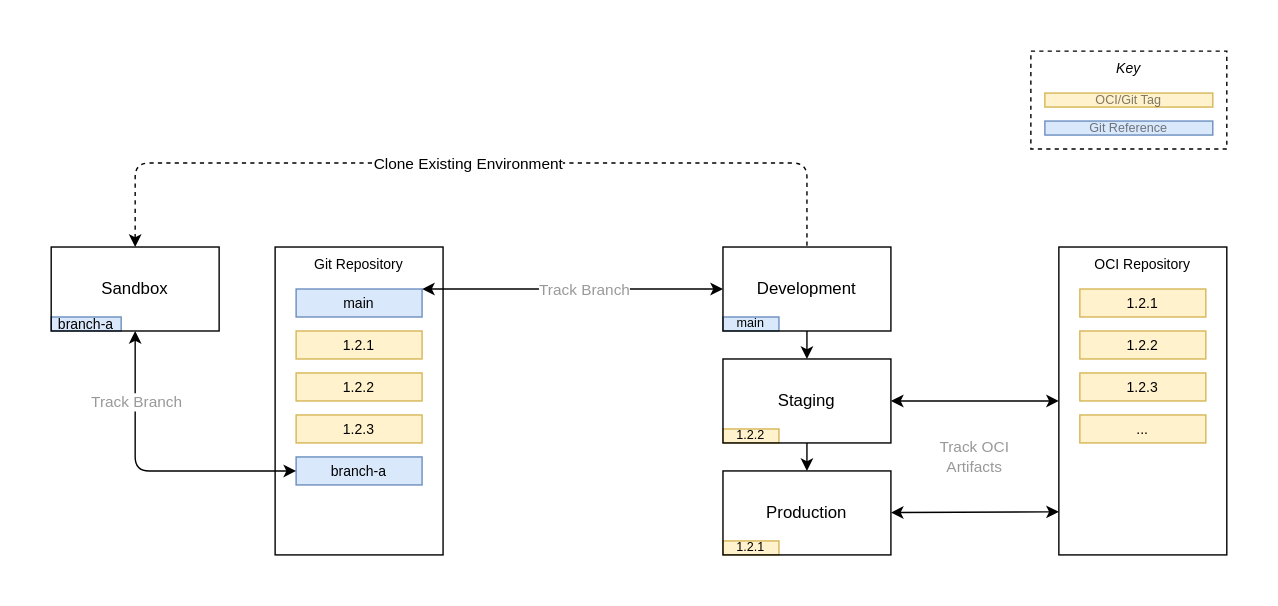
Above: docs/change-promotion-platform-a.drawio.svg in danielloader/kubernetes-sdlc (draw.io), before the change. Source tidied: cells renumbered, new cells last; positions are measured from the earlier drawing's top-left corner, leaving out a move shared by most shapes.
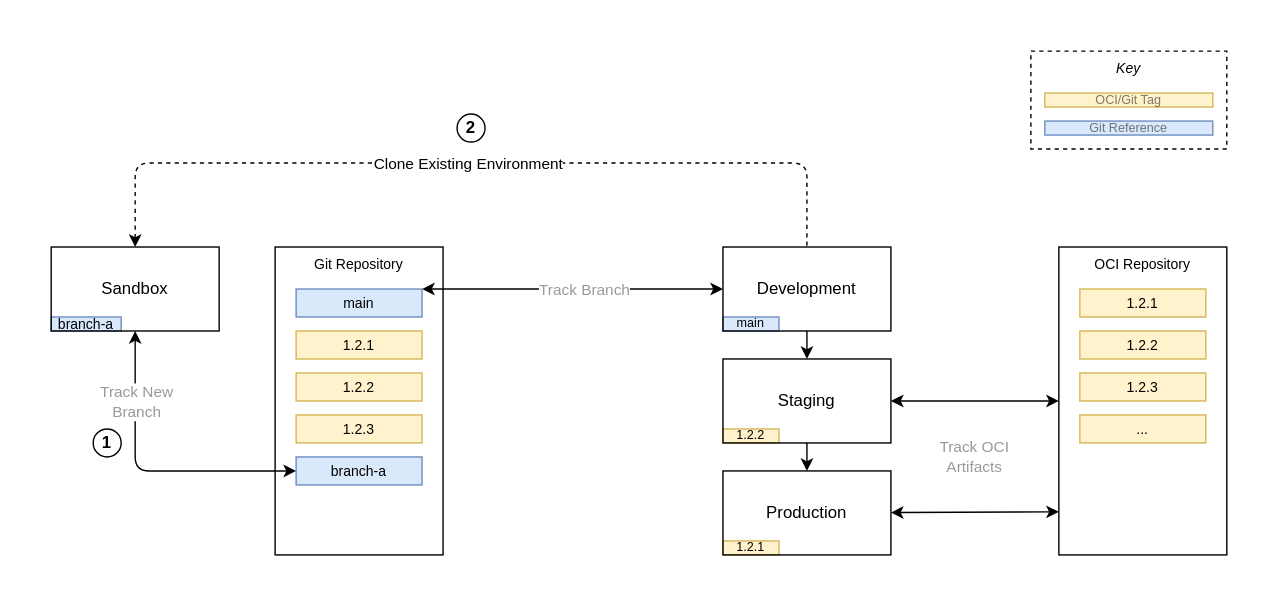
The same diagram one commit later.

What changed in the source:
```diff
@@ -89,7 +89,7 @@
     <mxCell id="27" style="edgeStyle=orthogonalEdgeStyle;html=1;entryX=0;entryY=0.5;entryDx=0;entryDy=0;startArrow=classic;startFill=1;exitX=0.5;exitY=1;exitDx=0;exitDy=0;" parent="1" edge="1" source="35" target="21">
       <mxGeometry relative="1" as="geometry" />
     </mxCell>
-    <mxCell id="28" value="Track Branch" style="edgeLabel;html=1;align=center;verticalAlign=middle;fontSize=11;fontColor=#999999;" parent="27" vertex="1">
+    <mxCell id="28" value="Track New &lt;br&gt;Branch" style="edgeLabel;html=1;align=center;verticalAlign=middle;fontSize=11;fontColor=#999999;" parent="27" vertex="1">
       <mxGeometry x="-0.05" y="-1" relative="1" as="geometry">
         <mxPoint x="-2" y="-51" as="offset" />
       </mxGeometry>
@@ -115,5 +115,11 @@
     <mxCell id="35" value="Sandbox" style="rounded=0;whiteSpace=wrap;html=1;fillColor=none;" parent="1" vertex="1">
       <mxGeometry x="20" y="160" width="120" height="60" as="geometry" />
     </mxCell>
+    <mxCell id="36" value="1" style="ellipse;whiteSpace=wrap;html=1;fontStyle=1;" parent="1" vertex="1">
+      <mxGeometry x="50" y="290" width="20" height="20" as="geometry" />
+    </mxCell>
+    <mxCell id="37" value="2" style="ellipse;whiteSpace=wrap;html=1;fontStyle=1;" parent="1" vertex="1">
+      <mxGeometry x="310" y="65" width="20" height="20" as="geometry" />
+    </mxCell>
   </root>
 </mxGraphModel>
```
